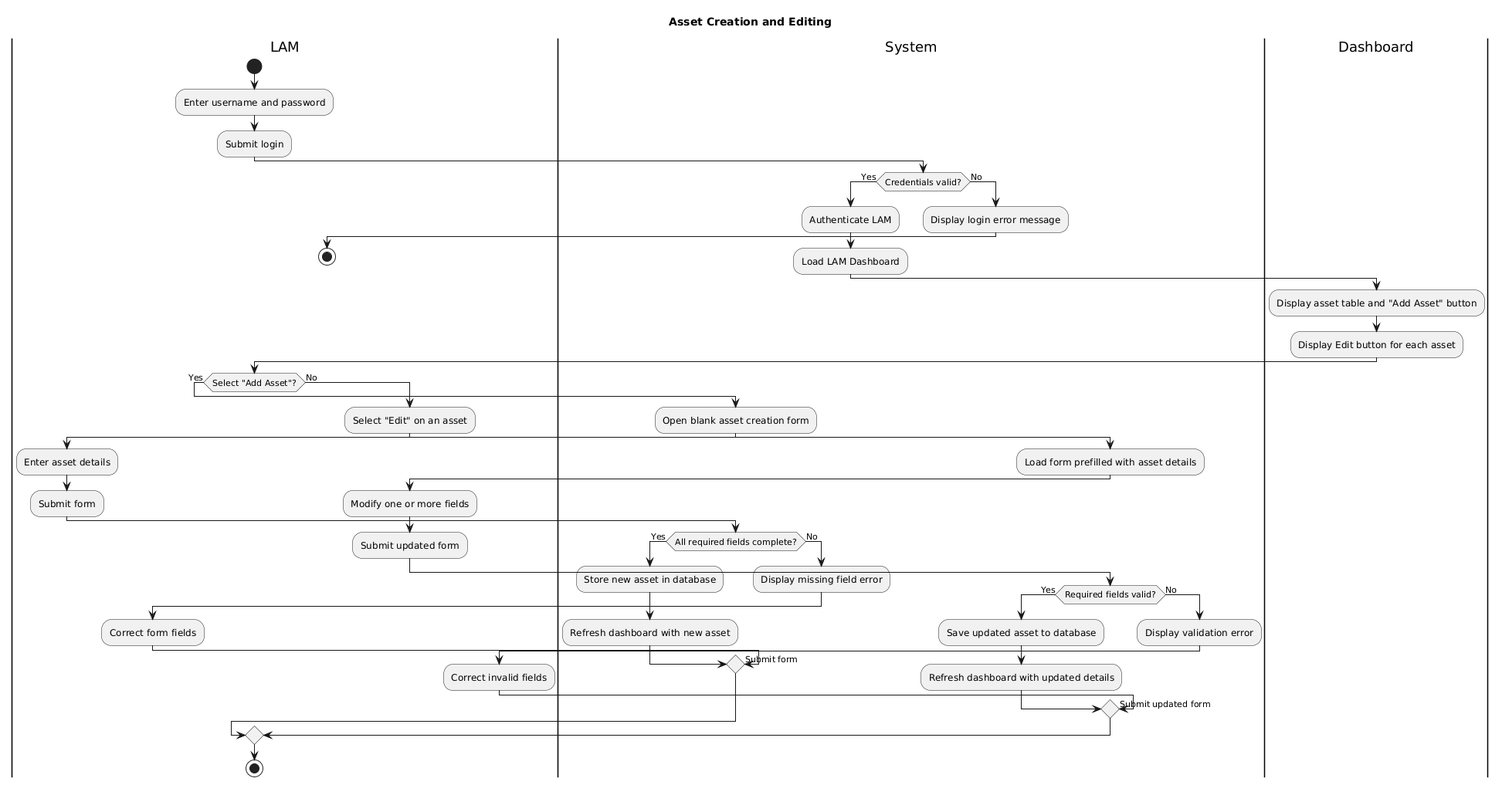
Farzaanw/Lab-Asset-Management-System keeps this PlantUML diagram as design/activity_diagrams/AD-03-Asset_Create&Edit/AD-03.png. Above is the earlier version.
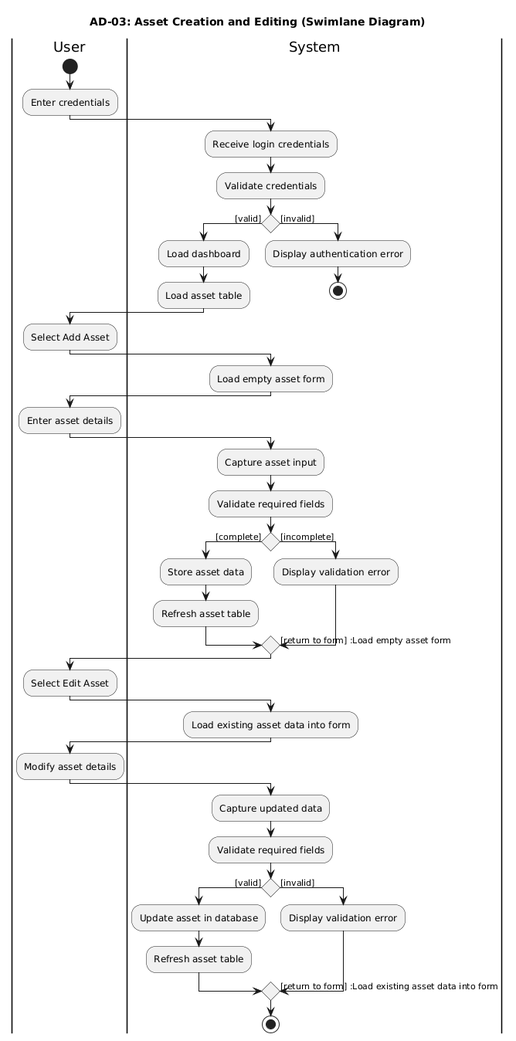
The same diagram one commit later.

Change to the diagram source:
```diff
@@ -1,68 +1,63 @@
 @startuml
-title Asset Creation and Editing
+title AD-03: Asset Creation and Editing (Swimlane Diagram)
 
-|LAM|
+|User|
 start
-:Enter username and password;
-:Submit login;
+:Enter credentials;
 
 |System|
-if (Credentials valid?) then (Yes)
-    :Authenticate LAM;
-    :Load LAM Dashboard;
-else (No)
-    :Display login error message;
-    |LAM|
+:Receive login credentials;
+:Validate credentials;
+
+if () then ([valid])
+    :Load dashboard;
+    :Load asset table;
+else ([invalid])
+    :Display authentication error;
     stop
 endif
 
-|Dashboard|
-:Display asset table and "Add Asset" button;
-:Display Edit button for each asset;
+|User|
+:Select Add Asset;
 
-|LAM|
-if (Select "Add Asset"?) then (Yes)
-    |System|
-    :Open blank asset creation form;
+|System|
+:Load empty asset form;
 
-    |LAM|
-    :Enter asset details;
-    :Submit form;
+|User|
+:Enter asset details;
 
-    |System|
-    if (All required fields complete?) then (Yes)
-        :Store new asset in database;
-        :Refresh dashboard with new asset;
-    else (No)
-        :Display missing field error;
-        |LAM|
-        :Correct form fields;
-        -> Submit form;
-    endif
+|System|
+:Capture asset input;
+:Validate required fields;
 
-else (No)
-    |LAM|
-    :Select "Edit" on an asset;
-
-    |System|
-    :Load form prefilled with asset details;
-
-    |LAM|
-    :Modify one or more fields;
-    :Submit updated form;
-
-    |System|
-    if (Required fields valid?) then (Yes)
-        :Save updated asset to database;
-        :Refresh dashboard with updated details;
-    else (No)
-        :Display validation error;
-        |LAM|
-        :Correct invalid fields;
-        -> Submit updated form;
-    endif
+if () then ([complete])
+    :Store asset data;
+    :Refresh asset table;
+else ([incomplete])
+    :Display validation error;
+    -> [return to form] :Load empty asset form;
 endif
 
-|LAM|
+|User|
+:Select Edit Asset;
+
+|System|
+:Load existing asset data into form;
+
+|User|
+:Modify asset details;
+
+|System|
+:Capture updated data;
+:Validate required fields;
+
+if () then ([valid])
+    :Update asset in database;
+    :Refresh asset table;
+else ([invalid])
+    :Display validation error;
+    -> [return to form] :Load existing asset data into form;
+endif
+
 stop
 @enduml
```
